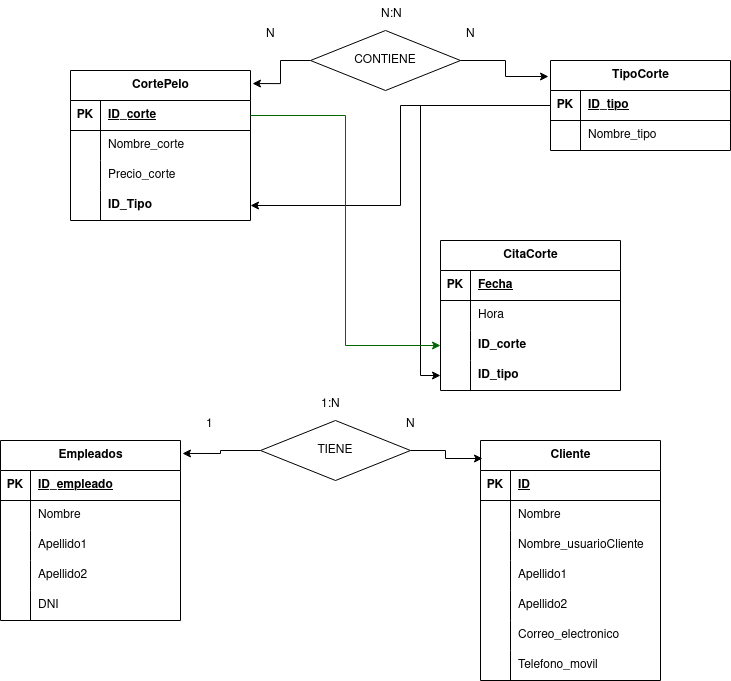
This is doc/entidad_relacion/DrawIO/Entidad-Relacion.png from Jorgeev27/Servicio-Peluqueria, a draw.io export, as it was before one commit. Source tidied: cells renumbered, new cells last; positions are measured from the earlier drawing's top-left corner, leaving out a move shared by most shapes.
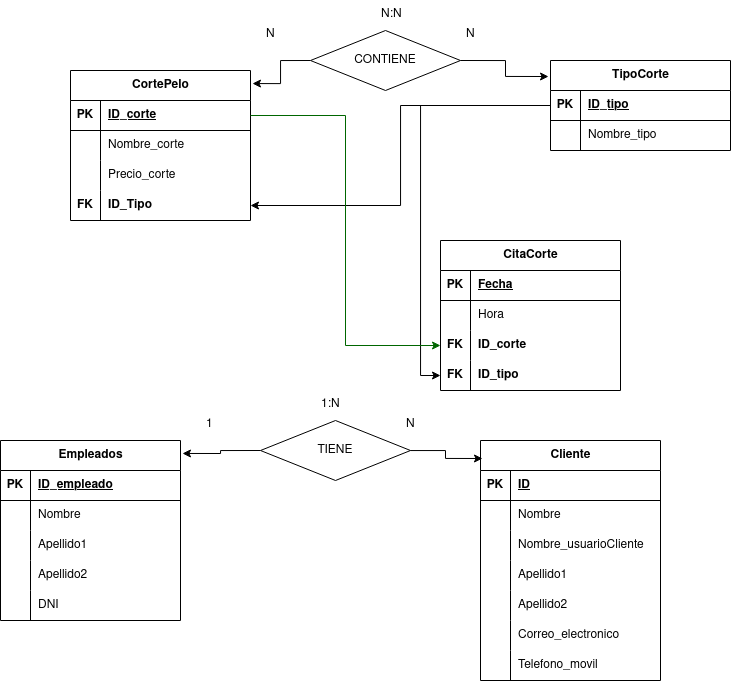
After the commit.

Diff of the diagram source:
```diff
@@ -101,7 +101,7 @@
     <mxCell id="34" style="shape=tableRow;horizontal=0;startSize=0;swimlaneHead=0;swimlaneBody=0;fillColor=none;points=[[0,0.5],[1,0.5]];portConstraint=eastwest;top=0;left=0;right=0;bottom=0;" parent="24" vertex="1">
       <mxGeometry y="120" width="180" height="30" as="geometry" />
     </mxCell>
-    <mxCell id="35" style="shape=partialRectangle;fillColor=none;top=0;left=0;bottom=0;right=0;overflow=hidden;whiteSpace=wrap;html=1;" parent="34" vertex="1">
+    <mxCell id="35" value="&lt;b&gt;FK&lt;/b&gt;" style="shape=partialRectangle;fillColor=none;top=0;left=0;bottom=0;right=0;overflow=hidden;whiteSpace=wrap;html=1;" parent="34" vertex="1">
       <mxGeometry width="30" height="30" as="geometry" />
     </mxCell>
     <mxCell id="36" value="&lt;b&gt;ID_Tipo&lt;/b&gt;" style="shape=partialRectangle;fillColor=none;top=0;left=0;bottom=0;right=0;align=left;spacingLeft=6;overflow=hidden;whiteSpace=wrap;html=1;" parent="34" vertex="1">
@@ -200,7 +200,7 @@
     <mxCell id="67" style="shape=tableRow;horizontal=0;startSize=0;swimlaneHead=0;swimlaneBody=0;fillColor=none;points=[[0,0.5],[1,0.5]];portConstraint=eastwest;top=0;left=0;right=0;bottom=0;" parent="60" vertex="1">
       <mxGeometry y="90" width="180" height="30" as="geometry" />
     </mxCell>
-    <mxCell id="68" style="shape=partialRectangle;fillColor=none;top=0;left=0;bottom=0;right=0;overflow=hidden;whiteSpace=wrap;html=1;" parent="67" vertex="1">
+    <mxCell id="68" value="&lt;b&gt;FK&lt;/b&gt;" style="shape=partialRectangle;fillColor=none;top=0;left=0;bottom=0;right=0;overflow=hidden;whiteSpace=wrap;html=1;" parent="67" vertex="1">
       <mxGeometry width="30" height="30" as="geometry" />
     </mxCell>
     <mxCell id="69" value="&lt;b&gt;ID_corte&lt;/b&gt;" style="shape=partialRectangle;fillColor=none;top=0;left=0;bottom=0;right=0;align=left;spacingLeft=6;overflow=hidden;whiteSpace=wrap;html=1;" parent="67" vertex="1">
@@ -209,7 +209,7 @@
     <mxCell id="70" style="shape=tableRow;horizontal=0;startSize=0;swimlaneHead=0;swimlaneBody=0;fillColor=none;points=[[0,0.5],[1,0.5]];portConstraint=eastwest;top=0;left=0;right=0;bottom=0;" parent="60" vertex="1">
       <mxGeometry y="120" width="180" height="30" as="geometry" />
     </mxCell>
-    <mxCell id="71" style="shape=partialRectangle;fillColor=none;top=0;left=0;bottom=0;right=0;overflow=hidden;whiteSpace=wrap;html=1;" parent="70" vertex="1">
+    <mxCell id="71" value="&lt;b&gt;FK&lt;/b&gt;" style="shape=partialRectangle;fillColor=none;top=0;left=0;bottom=0;right=0;overflow=hidden;whiteSpace=wrap;html=1;" parent="70" vertex="1">
       <mxGeometry width="30" height="30" as="geometry" />
     </mxCell>
     <mxCell id="72" value="&lt;b&gt;ID_tipo&lt;/b&gt;" style="shape=partialRectangle;fillColor=none;top=0;left=0;bottom=0;right=0;align=left;spacingLeft=6;overflow=hidden;whiteSpace=wrap;html=1;" parent="70" vertex="1">
```
